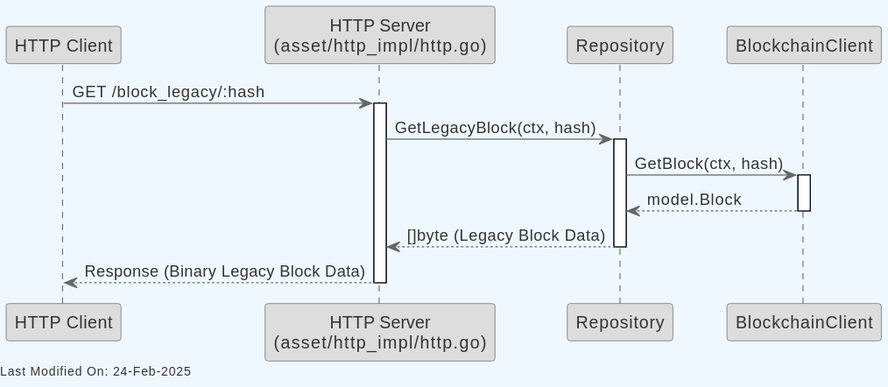
freemans13/teranode keeps this PlantUML diagram as docs/topics/services/img/plantuml/assetserver/asset_server_http_get_legacy_block.svg. Above is the earlier version. Its source is kept beside it as docs/topics/services/img/plantuml/assetserver/asset_server_http_get_legacy_block.puml.
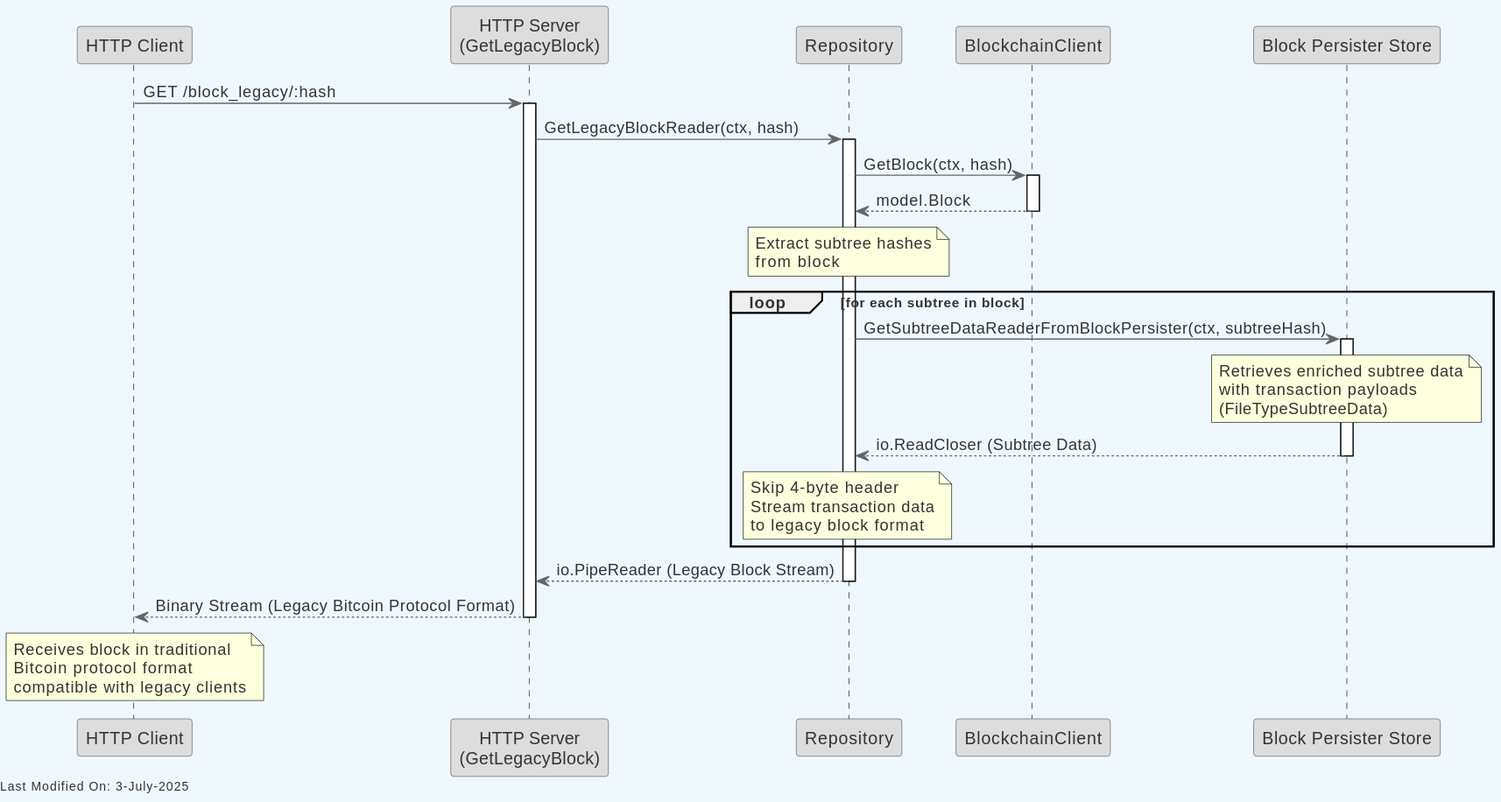
After the commit.

Change to the diagram source:
```diff
@@ -18,25 +18,41 @@
   BackgroundColor #DDDDDD
 }
 
-
-
 participant "HTTP Client" as Client
-participant "HTTP Server\n(asset/http_impl/http.go)" as HTTPServer
+participant "HTTP Server\n(GetLegacyBlock)" as HTTPServer
 participant "Repository" as Repo
 participant "BlockchainClient" as BC
+participant "Block Persister Store" as BPS
 
 Client -> HTTPServer : GET /block_legacy/:hash
 activate HTTPServer
-HTTPServer -> Repo : GetLegacyBlock(ctx, hash)
+HTTPServer -> Repo : GetLegacyBlockReader(ctx, hash)
 activate Repo
+
 Repo -> BC : GetBlock(ctx, hash)
 activate BC
 BC --> Repo : model.Block
 deactivate BC
-Repo --> HTTPServer : []byte (Legacy Block Data)
+
+note over Repo : Extract subtree hashes\nfrom block
+
+loop for each subtree in block
+    Repo -> BPS : GetSubtreeDataReaderFromBlockPersister(ctx, subtreeHash)
+    activate BPS
+    note over BPS : Retrieves enriched subtree data\nwith transaction payloads\n(FileTypeSubtreeData)
+    BPS --> Repo : io.ReadCloser (Subtree Data)
+    deactivate BPS
+
+    note over Repo : Skip 4-byte header\nStream transaction data\nto legacy block format
+end
+
+Repo --> HTTPServer : io.PipeReader (Legacy Block Stream)
 deactivate Repo
-HTTPServer --> Client : Response (Binary Legacy Block Data)
+
+HTTPServer --> Client : Binary Stream (Legacy Bitcoin Protocol Format)
 deactivate HTTPServer
+
+note over Client : Receives block in traditional\nBitcoin protocol format\ncompatible with legacy clients
 
 left footer Last Modified On: %date("dd-MMM-yyyy")
 
```
